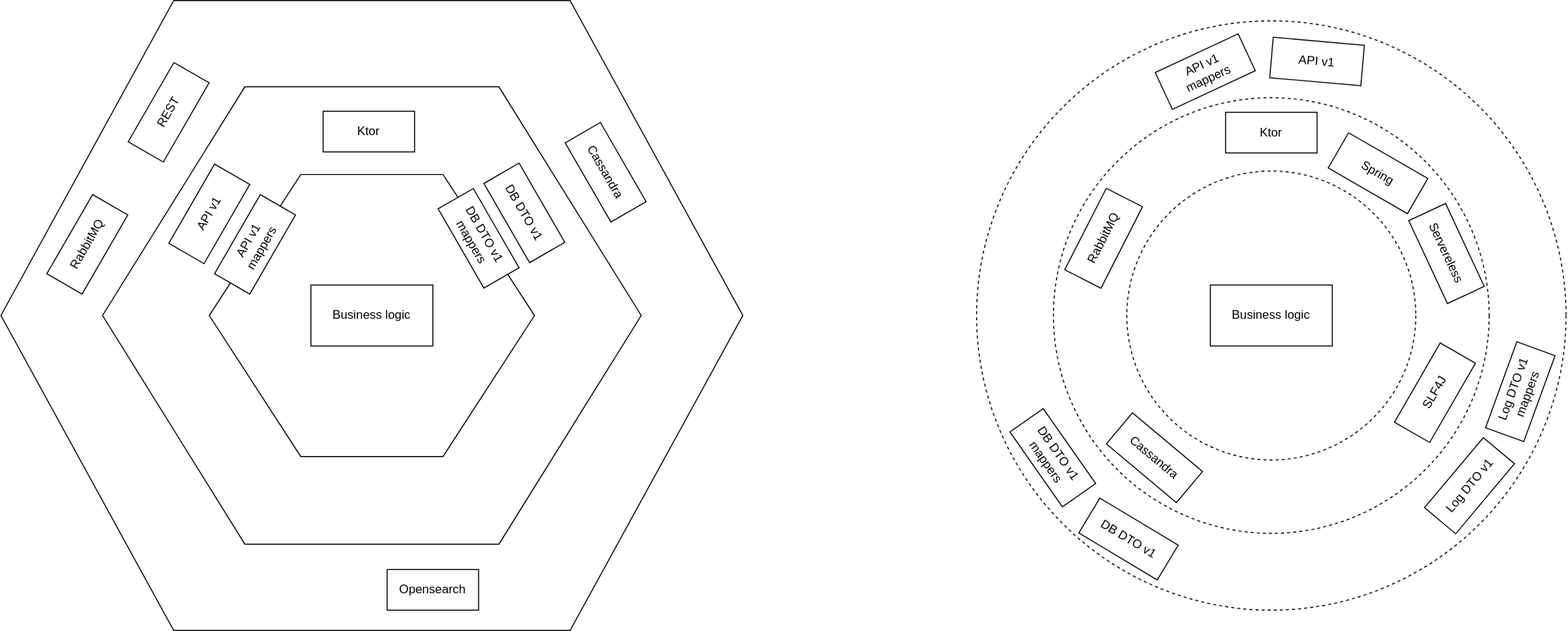
This is docs/architecture/img/architecture.drawio.svg from vir2al8/crypto-exchange, a draw.io export, as it was before one commit. Source tidied: cells renumbered, new cells last; positions are measured from the earlier drawing's top-left corner, leaving out a move shared by most shapes.
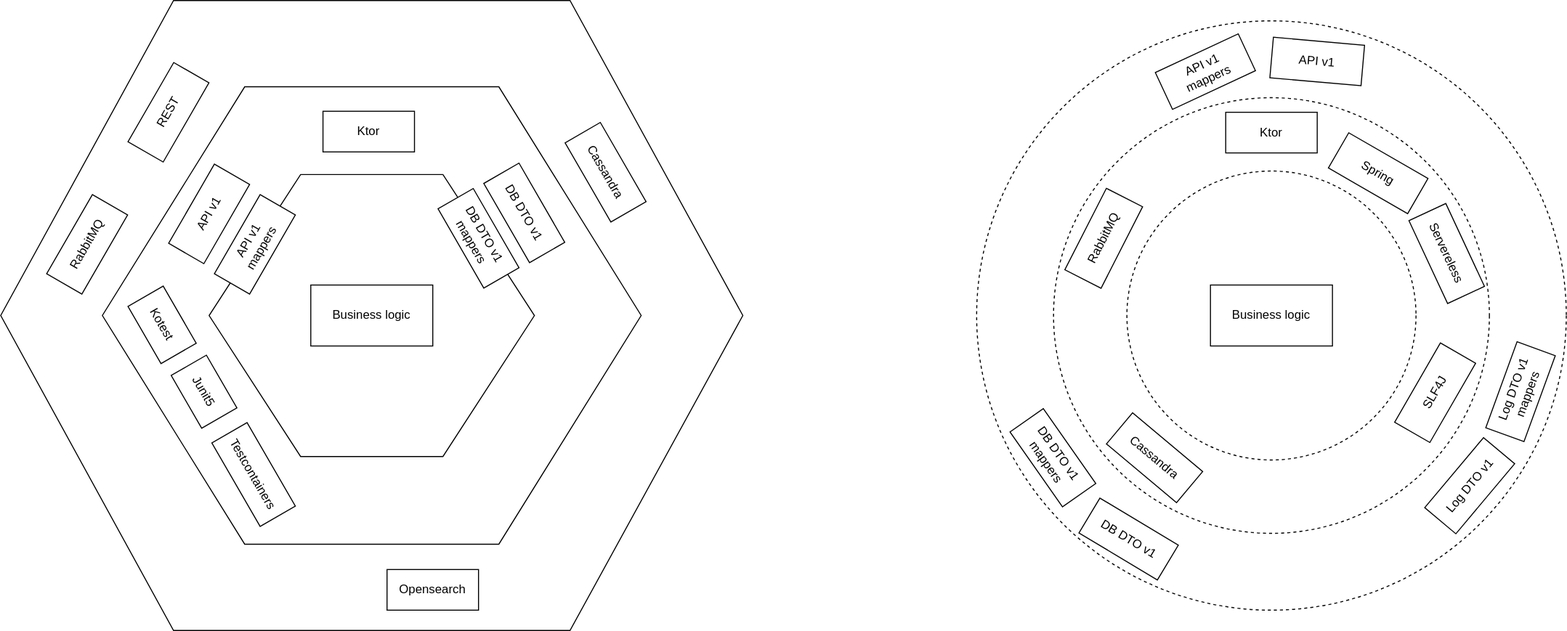
After the commit.

Change to the diagram source:
```diff
@@ -89,5 +89,14 @@
     <mxCell id="30" value="Opensearch" style="rounded=0;whiteSpace=wrap;html=1;rotation=0;" parent="1" vertex="1">
       <mxGeometry x="380" y="560" width="90" height="40" as="geometry" />
     </mxCell>
+    <mxCell id="31" value="Kotest" style="rounded=0;whiteSpace=wrap;html=1;rotation=60;" parent="1" vertex="1">
+      <mxGeometry x="126.2" y="299.2" width="65" height="40" as="geometry" />
+    </mxCell>
+    <mxCell id="32" value="Junit5" style="rounded=0;whiteSpace=wrap;html=1;rotation=60;" parent="1" vertex="1">
+      <mxGeometry x="170" y="365" width="60" height="40" as="geometry" />
+    </mxCell>
+    <mxCell id="33" value="Testcontainers" style="rounded=0;whiteSpace=wrap;html=1;rotation=60;" parent="1" vertex="1">
+      <mxGeometry x="201.2" y="446.5" width="95" height="40" as="geometry" />
+    </mxCell>
   </root>
 </mxGraphModel>
```
